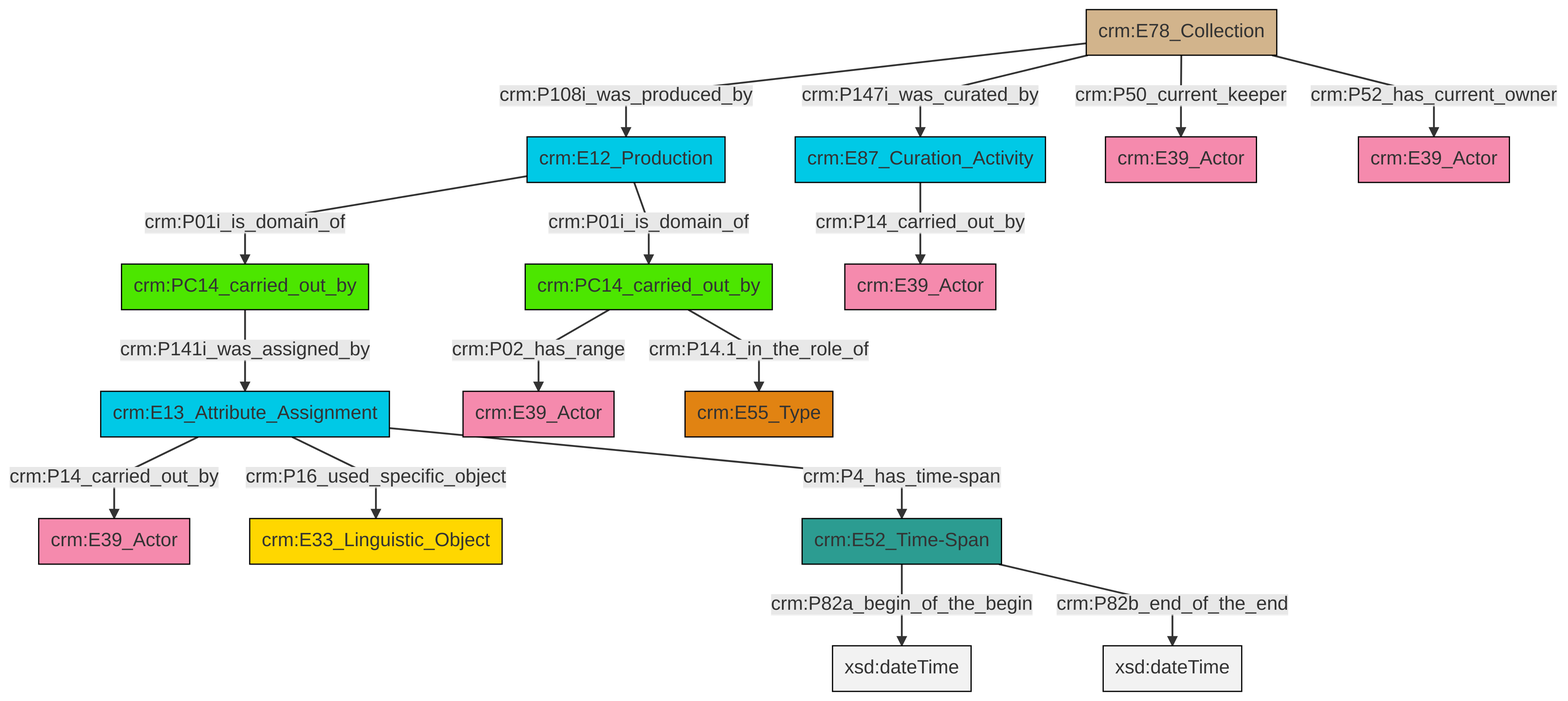
Earlier version of the Mermaid export et/archivalCSV/ttl/mmd/png/archival_relation.png (swiss-art-research-net/docs.swissartresearch). Its source is kept beside it as et/archivalCSV/ttl/mmd/archival_relation.ttl.mmd.
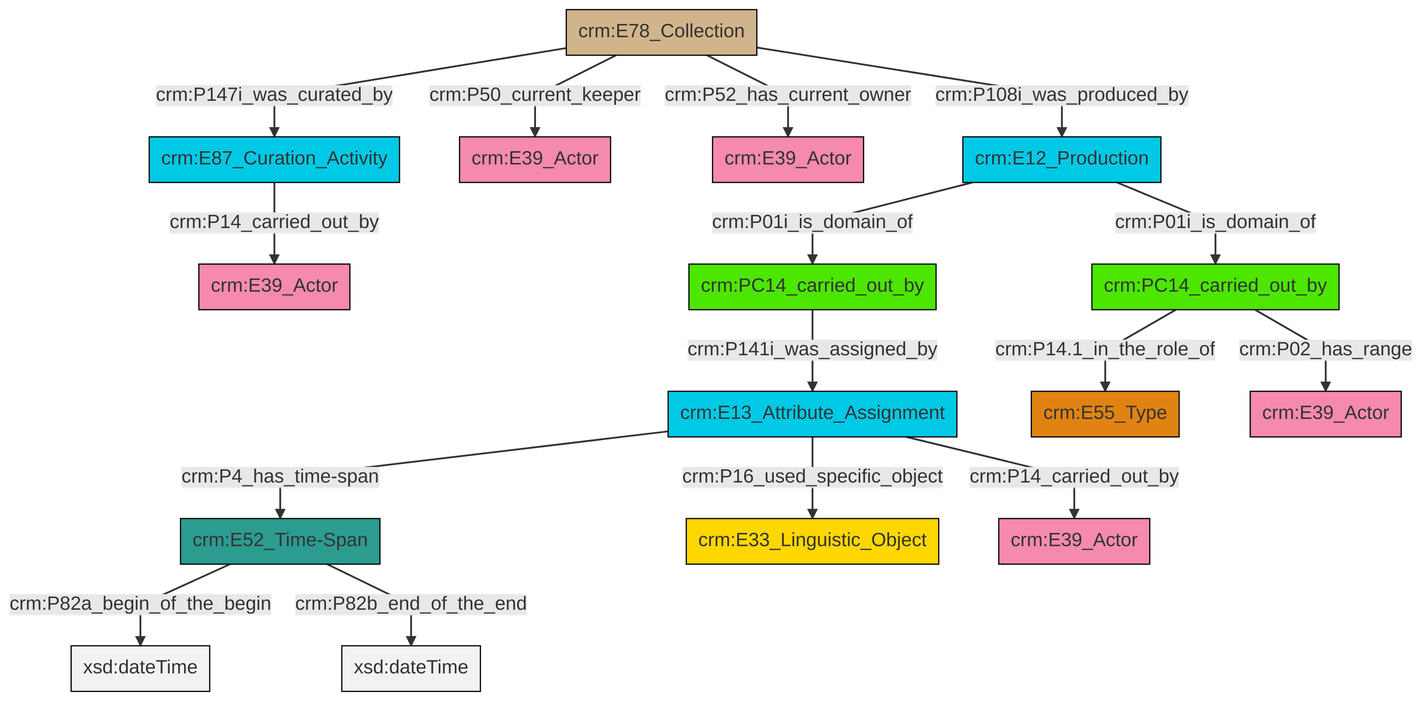
The same file after the commit.

The edit, as a diff of the source:
```diff
@@ -13,18 +13,18 @@
 classDef PC_Classes fill:#4ce600, stroke:#000000;
 classDef Multi fill:#cccccc,stroke:#000000;
 
-2["crm:E13_Attribute_Assignment"]:::Temporal_Entity -->|crm:P14_carried_out_by| 3["crm:E39_Actor"]:::Actor
-2["crm:E13_Attribute_Assignment"]:::Temporal_Entity -->|crm:P16_used_specific_object| 8["crm:E33_Linguistic_Object"]:::Conceptual_Object
-10["crm:E52_Time-Span"]:::Time-Span -->|crm:P82a_begin_of_the_begin| 11[xsd:dateTime]:::Literal
-2["crm:E13_Attribute_Assignment"]:::Temporal_Entity -->|crm:P4_has_time-span| 10["crm:E52_Time-Span"]:::Time-Span
-0["crm:PC14_carried_out_by"]:::PC_Classes -->|crm:P02_has_range| 6["crm:E39_Actor"]:::Actor
-12["crm:PC14_carried_out_by"]:::PC_Classes -->|crm:P141i_was_assigned_by| 2["crm:E13_Attribute_Assignment"]:::Temporal_Entity
-10["crm:E52_Time-Span"]:::Time-Span -->|crm:P82b_end_of_the_end| 13[xsd:dateTime]:::Literal
-4["crm:E12_Production"]:::Temporal_Entity -->|crm:P01i_is_domain_of| 0["crm:PC14_carried_out_by"]:::PC_Classes
-17["crm:E78_Collection"]:::Physical_Thing -->|crm:P147i_was_curated_by| 18["crm:E87_Curation_Activity"]:::Temporal_Entity
-0["crm:PC14_carried_out_by"]:::PC_Classes -->|crm:P14.1_in_the_role_of| 14["crm:E55_Type"]:::Type
-17["crm:E78_Collection"]:::Physical_Thing -->|crm:P50_current_keeper| 20["crm:E39_Actor"]:::Actor
-17["crm:E78_Collection"]:::Physical_Thing -->|crm:P108i_was_produced_by| 4["crm:E12_Production"]:::Temporal_Entity
-18["crm:E87_Curation_Activity"]:::Temporal_Entity -->|crm:P14_carried_out_by| 21["crm:E39_Actor"]:::Actor
-17["crm:E78_Collection"]:::Physical_Thing -->|crm:P52_has_current_owner| 23["crm:E39_Actor"]:::Actor
-4["crm:E12_Production"]:::Temporal_Entity -->|crm:P01i_is_domain_of| 12["crm:PC14_carried_out_by"]:::PC_Classes
+2["crm:E52_Time-Span"]:::Time-Span -->|crm:P82a_begin_of_the_begin| 3[xsd:dateTime]:::Literal
+2["crm:E52_Time-Span"]:::Time-Span -->|crm:P82b_end_of_the_end| 4[xsd:dateTime]:::Literal
+10["crm:E13_Attribute_Assignment"]:::Temporal_Entity -->|crm:P16_used_specific_object| 8["crm:E33_Linguistic_Object"]:::Conceptual_Object
+11["crm:E78_Collection"]:::Physical_Thing -->|crm:P50_current_keeper| 12["crm:E39_Actor"]:::Actor
+17["crm:PC14_carried_out_by"]:::PC_Classes -->|crm:P14.1_in_the_role_of| 18["crm:E55_Type"]:::Type
+11["crm:E78_Collection"]:::Physical_Thing -->|crm:P108i_was_produced_by| 15["crm:E12_Production"]:::Temporal_Entity
+10["crm:E13_Attribute_Assignment"]:::Temporal_Entity -->|crm:P4_has_time-span| 2["crm:E52_Time-Span"]:::Time-Span
+11["crm:E78_Collection"]:::Physical_Thing -->|crm:P147i_was_curated_by| 6["crm:E87_Curation_Activity"]:::Temporal_Entity
+21["crm:PC14_carried_out_by"]:::PC_Classes -->|crm:P141i_was_assigned_by| 10["crm:E13_Attribute_Assignment"]:::Temporal_Entity
+17["crm:PC14_carried_out_by"]:::PC_Classes -->|crm:P02_has_range| 19["crm:E39_Actor"]:::Actor
+11["crm:E78_Collection"]:::Physical_Thing -->|crm:P52_has_current_owner| 13["crm:E39_Actor"]:::Actor
+15["crm:E12_Production"]:::Temporal_Entity -->|crm:P01i_is_domain_of| 17["crm:PC14_carried_out_by"]:::PC_Classes
+15["crm:E12_Production"]:::Temporal_Entity -->|crm:P01i_is_domain_of| 21["crm:PC14_carried_out_by"]:::PC_Classes
+6["crm:E87_Curation_Activity"]:::Temporal_Entity -->|crm:P14_carried_out_by| 0["crm:E39_Actor"]:::Actor
+10["crm:E13_Attribute_Assignment"]:::Temporal_Entity -->|crm:P14_carried_out_by| 27["crm:E39_Actor"]:::Actor
```
